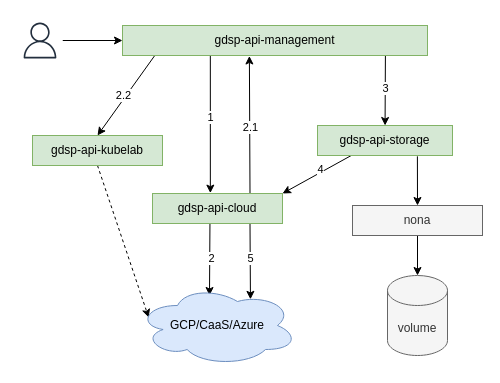
Earlier version of the draw.io diagram page "service" (4 of 5) of Resource_Pool2.drawio (LiuJin1203/graph). Source tidied: cells renumbered, new cells numbered last; positions are measured from the earlier drawing's top-left corner, leaving out a move shared by most shapes. Both pictures are drawn from the tidied source at 100%, with x=0, y=0 at pixel (17, 17).
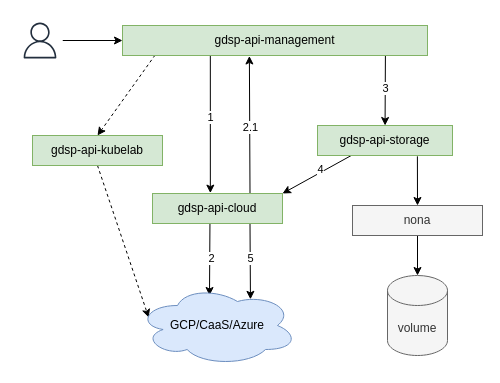
After the change.

Unchanged cells that the change refers to:
```xml
<mxCell id="7" value="gdsp-api-management" style="rounded=0;whiteSpace=wrap;html=1;strokeColor=#82b366;fillColor=#d5e8d4;" parent="1" vertex="1">
  <mxGeometry x="105" y="8" width="305" height="30" as="geometry" />
</mxCell>
<mxCell id="19" value="gdsp-api-kubelab" style="rounded=0;whiteSpace=wrap;html=1;strokeColor=#82b366;fillColor=#d5e8d4;" parent="1" vertex="1">
  <mxGeometry x="15" y="118" width="130" height="30" as="geometry" />
</mxCell>
```

The edit, as a diff of the source:
```diff
@@
-    <mxCell id="5" style="edgeStyle=none;rounded=0;jettySize=auto;html=1;exitX=0.107;exitY=0.984;exitDx=0;exitDy=0;entryX=0.5;entryY=0;entryDx=0;entryDy=0;exitPerimeter=0;" parent="1" edge="1" source="7" target="19">
+    <mxCell id="5" style="edgeStyle=none;rounded=0;jettySize=auto;html=1;exitX=0.107;exitY=0.984;exitDx=0;exitDy=0;entryX=0.5;entryY=0;entryDx=0;entryDy=0;exitPerimeter=0;dashed=1;" parent="1" edge="1" source="7" target="19">
       <mxGeometry relative="1" as="geometry" />
     </mxCell>
-    <mxCell id="6" value="2.2" style="edgeLabel;html=1;align=center;verticalAlign=middle;" parent="5" vertex="1">
-      <mxGeometry y="4" relative="1" as="geometry">
-        <mxPoint x="-7" y="-2" as="offset" />
-      </mxGeometry>
-    </mxCell>
```
